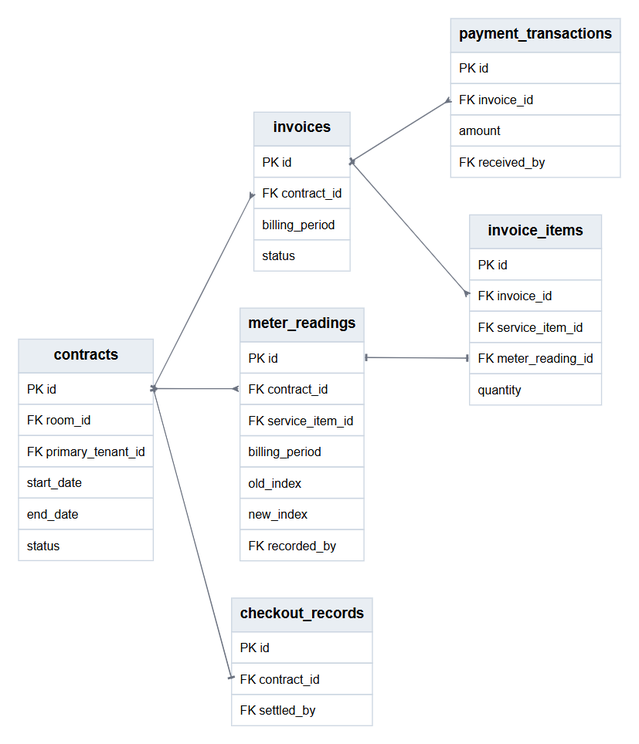
This is docs/diagrams/erd-tai-chinh.png from hieunofun/quanlytro, a Graphviz export, as it was before one commit. Its source is kept beside it as docs/diagrams/erd-tai-chinh.dot.
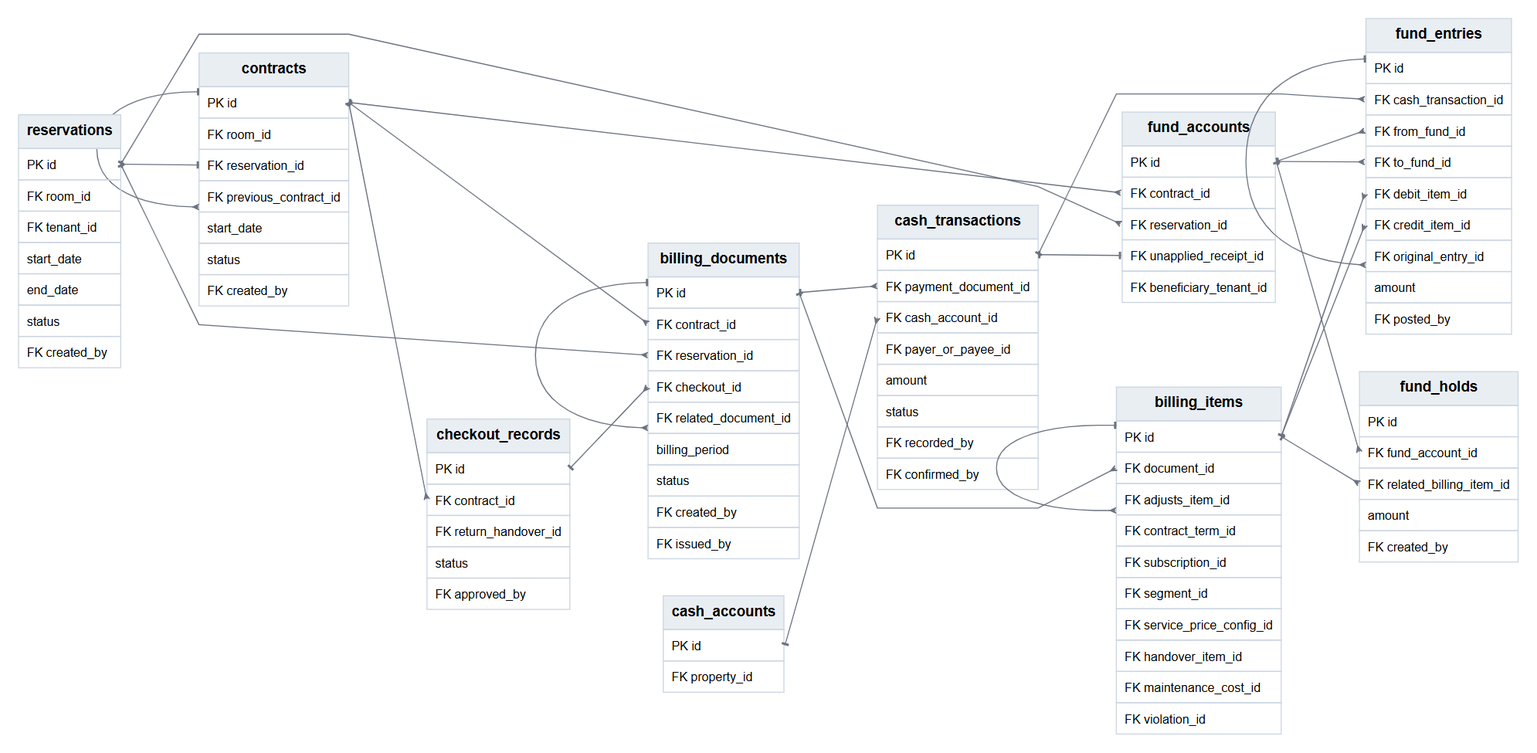
Above is the later version.

What changed in the source:
```diff
@@ -2,16 +2,36 @@
 graph [rankdir=LR, bgcolor="white", pad="0.25", nodesep="0.5", ranksep="1.05", splines=polyline, fontname="Arial"];
 node [shape=plain, fontname="Arial"];
 edge [fontname="Arial", fontsize=10, color="#6B7280", arrowsize=0.6];
-contracts [label=<<TABLE BORDER="0" CELLBORDER="1" CELLSPACING="0" CELLPADDING="7" COLOR="#CBD5E1"><TR><TD BGCOLOR="#E9EEF3"><B>contracts</B></TD></TR><TR><TD PORT="id" ALIGN="LEFT"><FONT POINT-SIZE="12">PK id</FONT></TD></TR><TR><TD PORT="room_id" ALIGN="LEFT"><FONT POINT-SIZE="12">FK room_id</FONT></TD></TR><TR><TD PORT="primary_tenant_id" ALIGN="LEFT"><FONT POINT-SIZE="12">FK primary_tenant_id</FONT></TD></TR><TR><TD PORT="start_date" ALIGN="LEFT"><FONT POINT-SIZE="12">start_date</FONT></TD></TR><TR><TD PORT="end_date" ALIGN="LEFT"><FONT POINT-SIZE="12">end_date</FONT></TD></TR><TR><TD PORT="status" ALIGN="LEFT"><FONT POINT-SIZE="12">status</FONT></TD></TR></TABLE>>];
-meter_readings [label=<<TABLE BORDER="0" CELLBORDER="1" CELLSPACING="0" CELLPADDING="7" COLOR="#CBD5E1"><TR><TD BGCOLOR="#E9EEF3"><B>meter_readings</B></TD></TR><TR><TD PORT="id" ALIGN="LEFT"><FONT POINT-SIZE="12">PK id</FONT></TD></TR><TR><TD PORT="contract_id" ALIGN="LEFT"><FONT POINT-SIZE="12">FK contract_id</FONT></TD></TR><TR><TD PORT="service_item_id" ALIGN="LEFT"><FONT POINT-SIZE="12">FK service_item_id</FONT></TD></TR><TR><TD PORT="billing_period" ALIGN="LEFT"><FONT POINT-SIZE="12">billing_period</FONT></TD></TR><TR><TD PORT="old_index" ALIGN="LEFT"><FONT POINT-SIZE="12">old_index</FONT></TD></TR><TR><TD PORT="new_index" ALIGN="LEFT"><FONT POINT-SIZE="12">new_index</FONT></TD></TR><TR><TD PORT="recorded_by" ALIGN="LEFT"><FONT POINT-SIZE="12">FK recorded_by</FONT></TD></TR></TABLE>>];
-invoices [label=<<TABLE BORDER="0" CELLBORDER="1" CELLSPACING="0" CELLPADDING="7" COLOR="#CBD5E1"><TR><TD BGCOLOR="#E9EEF3"><B>invoices</B></TD></TR><TR><TD PORT="id" ALIGN="LEFT"><FONT POINT-SIZE="12">PK id</FONT></TD></TR><TR><TD PORT="contract_id" ALIGN="LEFT"><FONT POINT-SIZE="12">FK contract_id</FONT></TD></TR><TR><TD PORT="billing_period" ALIGN="LEFT"><FONT POINT-SIZE="12">billing_period</FONT></TD></TR><TR><TD PORT="status" ALIGN="LEFT"><FONT POINT-SIZE="12">status</FONT></TD></TR></TABLE>>];
-invoice_items [label=<<TABLE BORDER="0" CELLBORDER="1" CELLSPACING="0" CELLPADDING="7" COLOR="#CBD5E1"><TR><TD BGCOLOR="#E9EEF3"><B>invoice_items</B></TD></TR><TR><TD PORT="id" ALIGN="LEFT"><FONT POINT-SIZE="12">PK id</FONT></TD></TR><TR><TD PORT="invoice_id" ALIGN="LEFT"><FONT POINT-SIZE="12">FK invoice_id</FONT></TD></TR><TR><TD PORT="service_item_id" ALIGN="LEFT"><FONT POINT-SIZE="12">FK service_item_id</FONT></TD></TR><TR><TD PORT="meter_reading_id" ALIGN="LEFT"><FONT POINT-SIZE="12">FK meter_reading_id</FONT></TD></TR><TR><TD PORT="quantity" ALIGN="LEFT"><FONT POINT-SIZE="12">quantity</FONT></TD></TR></TABLE>>];
-payment_transactions [label=<<TABLE BORDER="0" CELLBORDER="1" CELLSPACING="0" CELLPADDING="7" COLOR="#CBD5E1"><TR><TD BGCOLOR="#E9EEF3"><B>payment_transactions</B></TD></TR><TR><TD PORT="id" ALIGN="LEFT"><FONT POINT-SIZE="12">PK id</FONT></TD></TR><TR><TD PORT="invoice_id" ALIGN="LEFT"><FONT POINT-SIZE="12">FK invoice_id</FONT></TD></TR><TR><TD PORT="amount" ALIGN="LEFT"><FONT POINT-SIZE="12">amount</FONT></TD></TR><TR><TD PORT="received_by" ALIGN="LEFT"><FONT POINT-SIZE="12">FK received_by</FONT></TD></TR></TABLE>>];
-checkout_records [label=<<TABLE BORDER="0" CELLBORDER="1" CELLSPACING="0" CELLPADDING="7" COLOR="#CBD5E1"><TR><TD BGCOLOR="#E9EEF3"><B>checkout_records</B></TD></TR><TR><TD PORT="id" ALIGN="LEFT"><FONT POINT-SIZE="12">PK id</FONT></TD></TR><TR><TD PORT="contract_id" ALIGN="LEFT"><FONT POINT-SIZE="12">FK contract_id</FONT></TD></TR><TR><TD PORT="settled_by" ALIGN="LEFT"><FONT POINT-SIZE="12">FK settled_by</FONT></TD></TR></TABLE>>];
-contracts:id -> checkout_records:contract_id [dir=both, arrowtail=tee, arrowhead=tee];
-invoices:id -> invoice_items:invoice_id [dir=both, arrowtail=tee, arrowhead=crow];
-meter_readings:id -> invoice_items:meter_reading_id [dir=both, arrowtail=tee, arrowhead=tee];
-contracts:id -> invoices:contract_id [dir=both, arrowtail=tee, arrowhead=crow];
-contracts:id -> meter_readings:contract_id [dir=both, arrowtail=tee, arrowhead=crow];
-invoices:id -> payment_transactions:invoice_id [dir=both, arrowtail=tee, arrowhead=crow];
+contracts [label=<<TABLE BORDER="0" CELLBORDER="1" CELLSPACING="0" CELLPADDING="7" COLOR="#CBD5E1"><TR><TD BGCOLOR="#E9EEF3"><B>contracts</B></TD></TR><TR><TD PORT="id" ALIGN="LEFT"><FONT POINT-SIZE="12">PK id</FONT></TD></TR><TR><TD PORT="room_id" ALIGN="LEFT"><FONT POINT-SIZE="12">FK room_id</FONT></TD></TR><TR><TD PORT="reservation_id" ALIGN="LEFT"><FONT POINT-SIZE="12">FK reservation_id</FONT></TD></TR><TR><TD PORT="previous_contract_id" ALIGN="LEFT"><FONT POINT-SIZE="12">FK previous_contract_id</FONT></TD></TR><TR><TD PORT="start_date" ALIGN="LEFT"><FONT POINT-SIZE="12">start_date</FONT></TD></TR><TR><TD PORT="status" ALIGN="LEFT"><FONT POINT-SIZE="12">status</FONT></TD></TR><TR><TD PORT="created_by" ALIGN="LEFT"><FONT POINT-SIZE="12">FK created_by</FONT></TD></TR></TABLE>>];
+reservations [label=<<TABLE BORDER="0" CELLBORDER="1" CELLSPACING="0" CELLPADDING="7" COLOR="#CBD5E1"><TR><TD BGCOLOR="#E9EEF3"><B>reservations</B></TD></TR><TR><TD PORT="id" ALIGN="LEFT"><FONT POINT-SIZE="12">PK id</FONT></TD></TR><TR><TD PORT="room_id" ALIGN="LEFT"><FONT POINT-SIZE="12">FK room_id</FONT></TD></TR><TR><TD PORT="tenant_id" ALIGN="LEFT"><FONT POINT-SIZE="12">FK tenant_id</FONT></TD></TR><TR><TD PORT="start_date" ALIGN="LEFT"><FONT POINT-SIZE="12">start_date</FONT></TD></TR><TR><TD PORT="end_date" ALIGN="LEFT"><FONT POINT-SIZE="12">end_date</FONT></TD></TR><TR><TD PORT="status" ALIGN="LEFT"><FONT POINT-SIZE="12">status</FONT></TD></TR><TR><TD PORT="created_by" ALIGN="LEFT"><FONT POINT-SIZE="12">FK created_by</FONT></TD></TR></TABLE>>];
+billing_documents [label=<<TABLE BORDER="0" CELLBORDER="1" CELLSPACING="0" CELLPADDING="7" COLOR="#CBD5E1"><TR><TD BGCOLOR="#E9EEF3"><B>billing_documents</B></TD></TR><TR><TD PORT="id" ALIGN="LEFT"><FONT POINT-SIZE="12">PK id</FONT></TD></TR><TR><TD PORT="contract_id" ALIGN="LEFT"><FONT POINT-SIZE="12">FK contract_id</FONT></TD></TR><TR><TD PORT="reservation_id" ALIGN="LEFT"><FONT POINT-SIZE="12">FK reservation_id</FONT></TD></TR><TR><TD PORT="checkout_id" ALIGN="LEFT"><FONT POINT-SIZE="12">FK checkout_id</FONT></TD></TR><TR><TD PORT="related_document_id" ALIGN="LEFT"><FONT POINT-SIZE="12">FK related_document_id</FONT></TD></TR><TR><TD PORT="billing_period" ALIGN="LEFT"><FONT POINT-SIZE="12">billing_period</FONT></TD></TR><TR><TD PORT="status" ALIGN="LEFT"><FONT POINT-SIZE="12">status</FONT></TD></TR><TR><TD PORT="created_by" ALIGN="LEFT"><FONT POINT-SIZE="12">FK created_by</FONT></TD></TR><TR><TD PORT="issued_by" ALIGN="LEFT"><FONT POINT-SIZE="12">FK issued_by</FONT></TD></TR></TABLE>>];
+billing_items [label=<<TABLE BORDER="0" CELLBORDER="1" CELLSPACING="0" CELLPADDING="7" COLOR="#CBD5E1"><TR><TD BGCOLOR="#E9EEF3"><B>billing_items</B></TD></TR><TR><TD PORT="id" ALIGN="LEFT"><FONT POINT-SIZE="12">PK id</FONT></TD></TR><TR><TD PORT="document_id" ALIGN="LEFT"><FONT POINT-SIZE="12">FK document_id</FONT></TD></TR><TR><TD PORT="adjusts_item_id" ALIGN="LEFT"><FONT POINT-SIZE="12">FK adjusts_item_id</FONT></TD></TR><TR><TD PORT="contract_term_id" ALIGN="LEFT"><FONT POINT-SIZE="12">FK contract_term_id</FONT></TD></TR><TR><TD PORT="subscription_id" ALIGN="LEFT"><FONT POINT-SIZE="12">FK subscription_id</FONT></TD></TR><TR><TD PORT="segment_id" ALIGN="LEFT"><FONT POINT-SIZE="12">FK segment_id</FONT></TD></TR><TR><TD PORT="service_price_config_id" ALIGN="LEFT"><FONT POINT-SIZE="12">FK service_price_config_id</FONT></TD></TR><TR><TD PORT="handover_item_id" ALIGN="LEFT"><FONT POINT-SIZE="12">FK handover_item_id</FONT></TD></TR><TR><TD PORT="maintenance_cost_id" ALIGN="LEFT"><FONT POINT-SIZE="12">FK maintenance_cost_id</FONT></TD></TR><TR><TD PORT="violation_id" ALIGN="LEFT"><FONT POINT-SIZE="12">FK violation_id</FONT></TD></TR></TABLE>>];
+cash_accounts [label=<<TABLE BORDER="0" CELLBORDER="1" CELLSPACING="0" CELLPADDING="7" COLOR="#CBD5E1"><TR><TD BGCOLOR="#E9EEF3"><B>cash_accounts</B></TD></TR><TR><TD PORT="id" ALIGN="LEFT"><FONT POINT-SIZE="12">PK id</FONT></TD></TR><TR><TD PORT="property_id" ALIGN="LEFT"><FONT POINT-SIZE="12">FK property_id</FONT></TD></TR></TABLE>>];
+cash_transactions [label=<<TABLE BORDER="0" CELLBORDER="1" CELLSPACING="0" CELLPADDING="7" COLOR="#CBD5E1"><TR><TD BGCOLOR="#E9EEF3"><B>cash_transactions</B></TD></TR><TR><TD PORT="id" ALIGN="LEFT"><FONT POINT-SIZE="12">PK id</FONT></TD></TR><TR><TD PORT="payment_document_id" ALIGN="LEFT"><FONT POINT-SIZE="12">FK payment_document_id</FONT></TD></TR><TR><TD PORT="cash_account_id" ALIGN="LEFT"><FONT POINT-SIZE="12">FK cash_account_id</FONT></TD></TR><TR><TD PORT="payer_or_payee_id" ALIGN="LEFT"><FONT POINT-SIZE="12">FK payer_or_payee_id</FONT></TD></TR><TR><TD PORT="amount" ALIGN="LEFT"><FONT POINT-SIZE="12">amount</FONT></TD></TR><TR><TD PORT="status" ALIGN="LEFT"><FONT POINT-SIZE="12">status</FONT></TD></TR><TR><TD PORT="recorded_by" ALIGN="LEFT"><FONT POINT-SIZE="12">FK recorded_by</FONT></TD></TR><TR><TD PORT="confirmed_by" ALIGN="LEFT"><FONT POINT-SIZE="12">FK confirmed_by</FONT></TD></TR></TABLE>>];
+fund_accounts [label=<<TABLE BORDER="0" CELLBORDER="1" CELLSPACING="0" CELLPADDING="7" COLOR="#CBD5E1"><TR><TD BGCOLOR="#E9EEF3"><B>fund_accounts</B></TD></TR><TR><TD PORT="id" ALIGN="LEFT"><FONT POINT-SIZE="12">PK id</FONT></TD></TR><TR><TD PORT="contract_id" ALIGN="LEFT"><FONT POINT-SIZE="12">FK contract_id</FONT></TD></TR><TR><TD PORT="reservation_id" ALIGN="LEFT"><FONT POINT-SIZE="12">FK reservation_id</FONT></TD></TR><TR><TD PORT="unapplied_receipt_id" ALIGN="LEFT"><FONT POINT-SIZE="12">FK unapplied_receipt_id</FONT></TD></TR><TR><TD PORT="beneficiary_tenant_id" ALIGN="LEFT"><FONT POINT-SIZE="12">FK beneficiary_tenant_id</FONT></TD></TR></TABLE>>];
+fund_entries [label=<<TABLE BORDER="0" CELLBORDER="1" CELLSPACING="0" CELLPADDING="7" COLOR="#CBD5E1"><TR><TD BGCOLOR="#E9EEF3"><B>fund_entries</B></TD></TR><TR><TD PORT="id" ALIGN="LEFT"><FONT POINT-SIZE="12">PK id</FONT></TD></TR><TR><TD PORT="cash_transaction_id" ALIGN="LEFT"><FONT POINT-SIZE="12">FK cash_transaction_id</FONT></TD></TR><TR><TD PORT="from_fund_id" ALIGN="LEFT"><FONT POINT-SIZE="12">FK from_fund_id</FONT></TD></TR><TR><TD PORT="to_fund_id" ALIGN="LEFT"><FONT POINT-SIZE="12">FK to_fund_id</FONT></TD></TR><TR><TD PORT="debit_item_id" ALIGN="LEFT"><FONT POINT-SIZE="12">FK debit_item_id</FONT></TD></TR><TR><TD PORT="credit_item_id" ALIGN="LEFT"><FONT POINT-SIZE="12">FK credit_item_id</FONT></TD></TR><TR><TD PORT="original_entry_id" ALIGN="LEFT"><FONT POINT-SIZE="12">FK original_entry_id</FONT></TD></TR><TR><TD PORT="amount" ALIGN="LEFT"><FONT POINT-SIZE="12">amount</FONT></TD></TR><TR><TD PORT="posted_by" ALIGN="LEFT"><FONT POINT-SIZE="12">FK posted_by</FONT></TD></TR></TABLE>>];
+fund_holds [label=<<TABLE BORDER="0" CELLBORDER="1" CELLSPACING="0" CELLPADDING="7" COLOR="#CBD5E1"><TR><TD BGCOLOR="#E9EEF3"><B>fund_holds</B></TD></TR><TR><TD PORT="id" ALIGN="LEFT"><FONT POINT-SIZE="12">PK id</FONT></TD></TR><TR><TD PORT="fund_account_id" ALIGN="LEFT"><FONT POINT-SIZE="12">FK fund_account_id</FONT></TD></TR><TR><TD PORT="related_billing_item_id" ALIGN="LEFT"><FONT POINT-SIZE="12">FK related_billing_item_id</FONT></TD></TR><TR><TD PORT="amount" ALIGN="LEFT"><FONT POINT-SIZE="12">amount</FONT></TD></TR><TR><TD PORT="created_by" ALIGN="LEFT"><FONT POINT-SIZE="12">FK created_by</FONT></TD></TR></TABLE>>];
+checkout_records [label=<<TABLE BORDER="0" CELLBORDER="1" CELLSPACING="0" CELLPADDING="7" COLOR="#CBD5E1"><TR><TD BGCOLOR="#E9EEF3"><B>checkout_records</B></TD></TR><TR><TD PORT="id" ALIGN="LEFT"><FONT POINT-SIZE="12">PK id</FONT></TD></TR><TR><TD PORT="contract_id" ALIGN="LEFT"><FONT POINT-SIZE="12">FK contract_id</FONT></TD></TR><TR><TD PORT="return_handover_id" ALIGN="LEFT"><FONT POINT-SIZE="12">FK return_handover_id</FONT></TD></TR><TR><TD PORT="status" ALIGN="LEFT"><FONT POINT-SIZE="12">status</FONT></TD></TR><TR><TD PORT="approved_by" ALIGN="LEFT"><FONT POINT-SIZE="12">FK approved_by</FONT></TD></TR></TABLE>>];
+checkout_records:id -> billing_documents:checkout_id [dir=both, arrowtail=tee, arrowhead=crow];
+contracts:id -> billing_documents:contract_id [dir=both, arrowtail=tee, arrowhead=crow];
+billing_documents:id -> billing_documents:related_document_id [dir=both, arrowtail=tee, arrowhead=crow];
+reservations:id -> billing_documents:reservation_id [dir=both, arrowtail=tee, arrowhead=crow];
+billing_items:id -> billing_items:adjusts_item_id [dir=both, arrowtail=tee, arrowhead=crow];
+billing_documents:id -> billing_items:document_id [dir=both, arrowtail=tee, arrowhead=crow];
+cash_accounts:id -> cash_transactions:cash_account_id [dir=both, arrowtail=tee, arrowhead=crow];
+billing_documents:id -> cash_transactions:payment_document_id [dir=both, arrowtail=tee, arrowhead=crow];
+contracts:id -> checkout_records:contract_id [dir=both, arrowtail=tee, arrowhead=crow];
+contracts:id -> contracts:previous_contract_id [dir=both, arrowtail=tee, arrowhead=crow];
+reservations:id -> contracts:reservation_id [dir=both, arrowtail=tee, arrowhead=tee];
+contracts:id -> fund_accounts:contract_id [dir=both, arrowtail=tee, arrowhead=crow];
+reservations:id -> fund_accounts:reservation_id [dir=both, arrowtail=tee, arrowhead=crow];
+cash_transactions:id -> fund_accounts:unapplied_receipt_id [dir=both, arrowtail=tee, arrowhead=tee];
+cash_transactions:id -> fund_entries:cash_transaction_id [dir=both, arrowtail=tee, arrowhead=crow];
+billing_items:id -> fund_entries:credit_item_id [dir=both, arrowtail=tee, arrowhead=crow];
+billing_items:id -> fund_entries:debit_item_id [dir=both, arrowtail=tee, arrowhead=crow];
+fund_accounts:id -> fund_entries:from_fund_id [dir=both, arrowtail=tee, arrowhead=crow];
+fund_entries:id -> fund_entries:original_entry_id [dir=both, arrowtail=tee, arrowhead=crow];
+fund_accounts:id -> fund_entries:to_fund_id [dir=both, arrowtail=tee, arrowhead=crow];
+fund_accounts:id -> fund_holds:fund_account_id [dir=both, arrowtail=tee, arrowhead=crow];
+billing_items:id -> fund_holds:related_billing_item_id [dir=both, arrowtail=tee, arrowhead=crow];
 }
```
